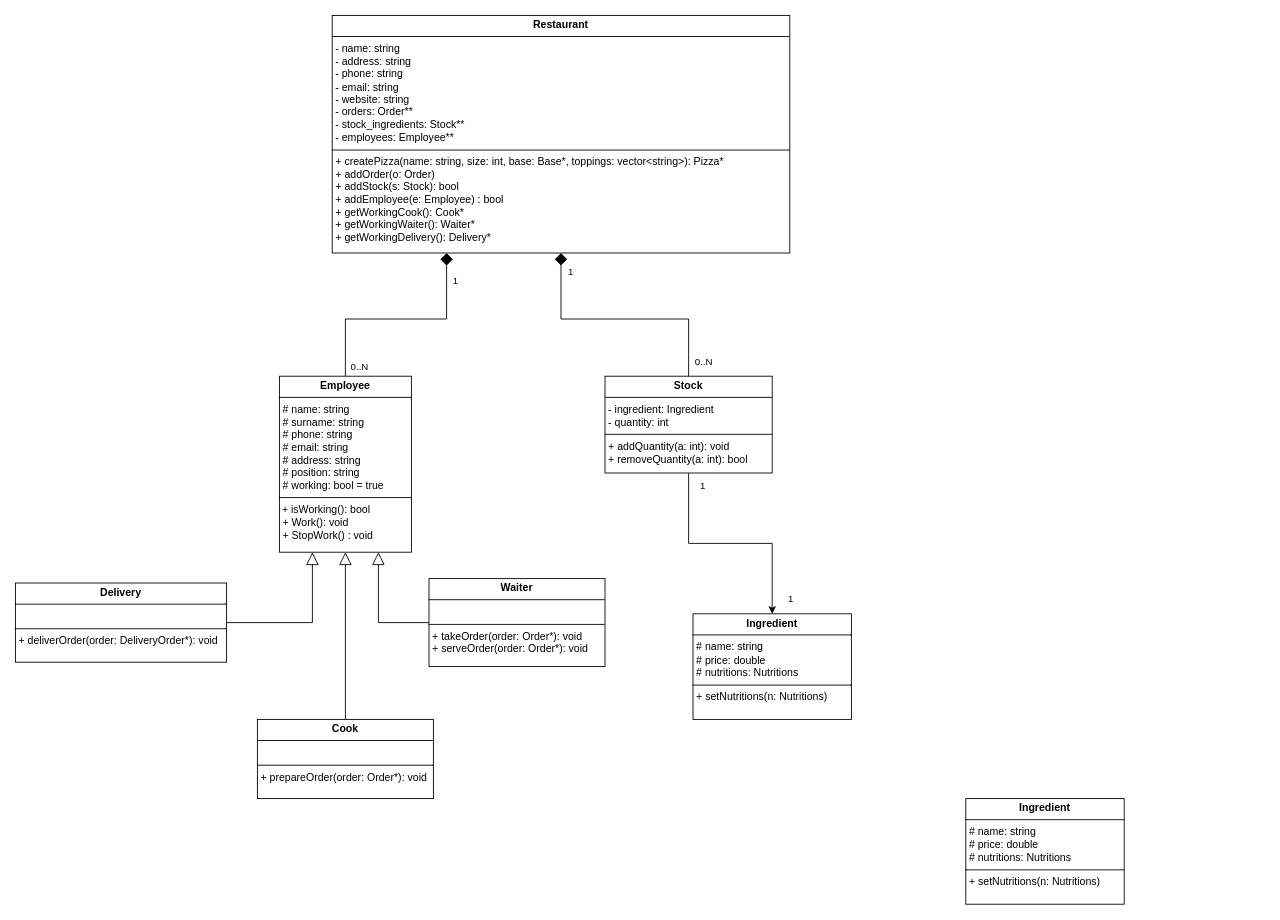
Earlier version of the draw.io diagram OOP.drawio (LPbigFish/OOP-Project-Pizzeria). Source tidied: cells renumbered, new cells numbered last; positions are measured from the earlier drawing's top-left corner, leaving out a move shared by most shapes. Both pictures are drawn from the tidied source at 88%, with x=0, y=0 at pixel (15, 15).
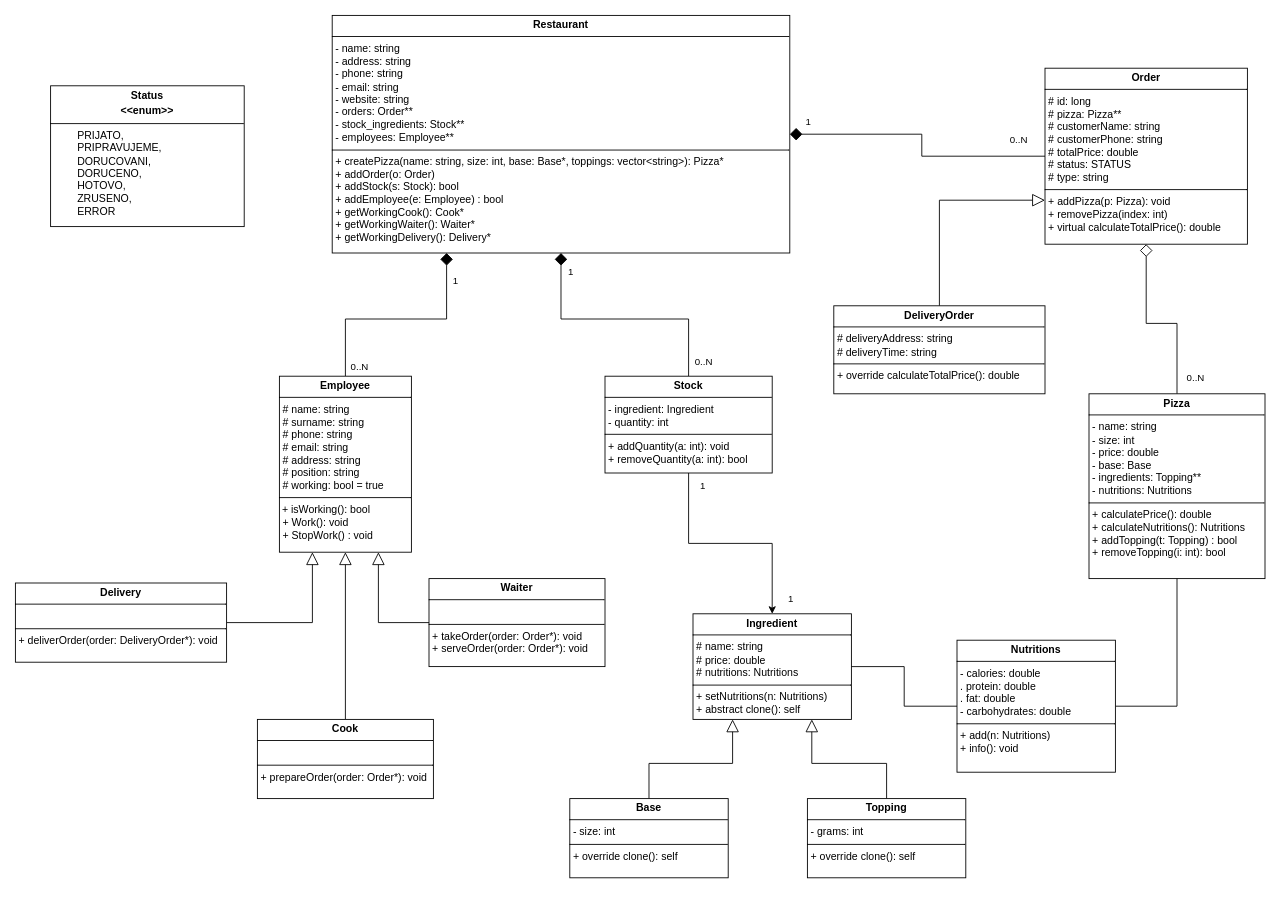
Above is the later version.

The change refers to these unchanged cells:
```xml
<mxCell id="2" value="&lt;p style=&quot;margin:0px;margin-top:4px;text-align:center;&quot;&gt;&lt;b&gt;Restaurant&lt;/b&gt;&lt;/p&gt;&lt;hr size=&quot;1&quot; style=&quot;border-style:solid;&quot;&gt;&lt;p style=&quot;margin:0px;margin-left:4px;&quot;&gt;- name: string&lt;/p&gt;&lt;p style=&quot;margin:0px;margin-left:4px;&quot;&gt;- address: string&lt;/p&gt;&lt;p style=&quot;margin:0px;margin-left:4px;&quot;&gt;- phone: string&lt;/p&gt;&lt;p style=&quot;margin:0px;margin-left:4px;&quot;&gt;- email: string&lt;/p&gt;&lt;p style=&quot;margin:0px;margin-left:4px;&quot;&gt;- website: string&lt;/p&gt;&lt;p style=&quot;margin:0px;margin-left:4px;&quot;&gt;- orders: Order**&lt;/p&gt;&lt;p style=&quot;margin:0px;margin-left:4px;&quot;&gt;- stock_ingredients: Stock**&lt;/p&gt;&lt;p style=&quot;margin:0px;margin-left:4px;&quot;&gt;- employees: Employee**&lt;/p&gt;&lt;hr size=&quot;1&quot; style=&quot;border-style:solid;&quot;&gt;&lt;p style=&quot;margin:0px;margin-left:4px;&quot;&gt;+ createPizza(name: string, size: int, base: Base*, toppings: vector&amp;lt;string&amp;gt;): Pizza*&lt;/p&gt;&lt;p style=&quot;margin:0px;margin-left:4px;&quot;&gt;+ addOrder(o: Order)&lt;/p&gt;&lt;p style=&quot;margin:0px;margin-left:4px;&quot;&gt;+ addStock(s: Stock): bool&lt;/p&gt;&lt;p style=&quot;margin:0px;margin-left:4px;&quot;&gt;+ addEmployee(e: Employee) : bool&lt;/p&gt;&lt;p style=&quot;margin:0px;margin-left:4px;&quot;&gt;+ getWorkingCook(): Cook*&lt;/p&gt;&lt;p style=&quot;margin:0px;margin-left:4px;&quot;&gt;+ getWorkingWaiter(): Waiter*&lt;/p&gt;&lt;p style=&quot;margin:0px;margin-left:4px;&quot;&gt;+ getWorkingDelivery(): Delivery*&lt;/p&gt;" style="verticalAlign=top;align=left;overflow=fill;html=1;whiteSpace=wrap;" parent="1" vertex="1">
  <mxGeometry x="360" width="520" height="270" as="geometry" />
</mxCell>
```

Change to the diagram source:
```diff
@@
-    <mxCell id="20" value="&lt;p style=&quot;margin:0px;margin-top:4px;text-align:center;&quot;&gt;&lt;b&gt;Ingredient&lt;/b&gt;&lt;/p&gt;&lt;hr size=&quot;1&quot; style=&quot;border-style:solid;&quot;&gt;&lt;p style=&quot;margin:0px;margin-left:4px;&quot;&gt;# name: string&lt;/p&gt;&lt;p style=&quot;margin:0px;margin-left:4px;&quot;&gt;# price: double&lt;/p&gt;&lt;p style=&quot;margin:0px;margin-left:4px;&quot;&gt;# nutritions: Nutritions&lt;/p&gt;&lt;hr size=&quot;1&quot; style=&quot;border-style:solid;&quot;&gt;&lt;p style=&quot;margin:0px;margin-left:4px;&quot;&gt;+ setNutritions(n: Nutritions)&lt;/p&gt;" style="verticalAlign=top;align=left;overflow=fill;html=1;whiteSpace=wrap;" parent="1" vertex="1">
+    <mxCell id="20" value="&lt;p style=&quot;margin:0px;margin-top:4px;text-align:center;&quot;&gt;&lt;b&gt;Ingredient&lt;/b&gt;&lt;/p&gt;&lt;hr size=&quot;1&quot; style=&quot;border-style:solid;&quot;&gt;&lt;p style=&quot;margin:0px;margin-left:4px;&quot;&gt;# name: string&lt;/p&gt;&lt;p style=&quot;margin:0px;margin-left:4px;&quot;&gt;# price: double&lt;/p&gt;&lt;p style=&quot;margin:0px;margin-left:4px;&quot;&gt;# nutritions: Nutritions&lt;/p&gt;&lt;hr size=&quot;1&quot; style=&quot;border-style:solid;&quot;&gt;&lt;p style=&quot;margin:0px;margin-left:4px;&quot;&gt;+ setNutritions(n: Nutritions)&lt;/p&gt;&lt;p style=&quot;margin:0px;margin-left:4px;&quot;&gt;+ abstract clone(): self&lt;/p&gt;" style="verticalAlign=top;align=left;overflow=fill;html=1;whiteSpace=wrap;" parent="1" vertex="1">
       <mxGeometry x="770" y="680" width="180" height="120" as="geometry" />
     </mxCell>
+    <mxCell id="22" style="edgeStyle=orthogonalEdgeStyle;rounded=0;jettySize=auto;html=1;entryX=0.75;entryY=1;entryDx=0;entryDy=0;endArrow=block;endFill=0;endSize=12;" parent="1" edge="1" source="21" target="20">
+      <mxGeometry relative="1" as="geometry" />
+    </mxCell>
-    <mxCell id="21" value="&lt;p style=&quot;margin:0px;margin-top:4px;text-align:center;&quot;&gt;&lt;b&gt;Ingredient&lt;/b&gt;&lt;/p&gt;&lt;hr size=&quot;1&quot; style=&quot;border-style:solid;&quot;&gt;&lt;p style=&quot;margin:0px;margin-left:4px;&quot;&gt;# name: string&lt;/p&gt;&lt;p style=&quot;margin:0px;margin-left:4px;&quot;&gt;# price: double&lt;/p&gt;&lt;p style=&quot;margin:0px;margin-left:4px;&quot;&gt;# nutritions: Nutritions&lt;/p&gt;&lt;hr size=&quot;1&quot; style=&quot;border-style:solid;&quot;&gt;&lt;p style=&quot;margin:0px;margin-left:4px;&quot;&gt;+ setNutritions(n: Nutritions)&lt;/p&gt;" style="verticalAlign=top;align=left;overflow=fill;html=1;whiteSpace=wrap;" parent="1" vertex="1">
-      <mxGeometry x="1080" y="890" width="180" height="120" as="geometry" />
+    <mxCell id="21" value="&lt;p style=&quot;margin:0px;margin-top:4px;text-align:center;&quot;&gt;&lt;b&gt;Topping&lt;/b&gt;&lt;/p&gt;&lt;hr size=&quot;1&quot; style=&quot;border-style:solid;&quot;&gt;&lt;p style=&quot;margin:0px;margin-left:4px;&quot;&gt;- grams: int&lt;/p&gt;&lt;hr size=&quot;1&quot; style=&quot;border-style:solid;&quot;&gt;&lt;p style=&quot;margin:0px;margin-left:4px;&quot;&gt;+ override clone(): self&lt;/p&gt;" style="verticalAlign=top;align=left;overflow=fill;html=1;whiteSpace=wrap;" parent="1" vertex="1">
+      <mxGeometry x="900" y="890" width="180" height="90" as="geometry" />
     </mxCell>
+    <mxCell id="23" style="edgeStyle=orthogonalEdgeStyle;rounded=0;jettySize=auto;html=1;entryX=0.25;entryY=1;entryDx=0;entryDy=0;endArrow=block;endFill=0;endSize=12;" parent="1" edge="1" source="24" target="20">
+      <mxGeometry relative="1" as="geometry" />
+    </mxCell>
+    <mxCell id="24" value="&lt;p style=&quot;margin:0px;margin-top:4px;text-align:center;&quot;&gt;&lt;b&gt;Base&lt;/b&gt;&lt;/p&gt;&lt;hr size=&quot;1&quot; style=&quot;border-style:solid;&quot;&gt;&lt;p style=&quot;margin:0px;margin-left:4px;&quot;&gt;- size: int&lt;/p&gt;&lt;hr size=&quot;1&quot; style=&quot;border-style:solid;&quot;&gt;&lt;p style=&quot;margin:0px;margin-left:4px;&quot;&gt;+ override clone(): self&lt;/p&gt;" style="verticalAlign=top;align=left;overflow=fill;html=1;whiteSpace=wrap;" parent="1" vertex="1">
+      <mxGeometry x="630" y="890" width="180" height="90" as="geometry" />
+    </mxCell>
+    <mxCell id="25" style="edgeStyle=orthogonalEdgeStyle;rounded=0;jettySize=auto;html=1;entryX=0.5;entryY=1;entryDx=0;entryDy=0;endArrow=diamond;endFill=0;endSize=12;" parent="1" edge="1" source="27" target="34">
+      <mxGeometry relative="1" as="geometry" />
+    </mxCell>
+    <mxCell id="26" value="0..N" style="edgeLabel;html=1;align=center;verticalAlign=middle;" parent="25" vertex="1">
+      <mxGeometry x="-0.82" y="-1" relative="1" as="geometry">
+        <mxPoint x="19" y="-1" as="offset" />
+      </mxGeometry>
+    </mxCell>
+    <mxCell id="27" value="&lt;p style=&quot;margin:0px;margin-top:4px;text-align:center;&quot;&gt;&lt;b&gt;Pizza&lt;/b&gt;&lt;/p&gt;&lt;hr size=&quot;1&quot; style=&quot;border-style:solid;&quot;&gt;&lt;p style=&quot;margin:0px;margin-left:4px;&quot;&gt;- name: string&lt;/p&gt;&lt;p style=&quot;margin:0px;margin-left:4px;&quot;&gt;- size: int&lt;/p&gt;&lt;p style=&quot;margin:0px;margin-left:4px;&quot;&gt;- price: double&lt;/p&gt;&lt;p style=&quot;margin:0px;margin-left:4px;&quot;&gt;- base: Base&lt;/p&gt;&lt;p style=&quot;margin:0px;margin-left:4px;&quot;&gt;- ingredients: Topping**&lt;/p&gt;&lt;p style=&quot;margin:0px;margin-left:4px;&quot;&gt;- nutritions: Nutritions&lt;/p&gt;&lt;hr size=&quot;1&quot; style=&quot;border-style:solid;&quot;&gt;&lt;p style=&quot;margin:0px;margin-left:4px;&quot;&gt;+ calculatePrice(): double&lt;/p&gt;&lt;p style=&quot;margin:0px;margin-left:4px;&quot;&gt;+ calculateNutritions(): Nutritions&lt;/p&gt;&lt;p style=&quot;margin:0px;margin-left:4px;&quot;&gt;+ addTopping(t: Topping) : bool&lt;/p&gt;&lt;p style=&quot;margin:0px;margin-left:4px;&quot;&gt;+ removeTopping(i: int): bool&lt;/p&gt;" style="verticalAlign=top;align=left;overflow=fill;html=1;whiteSpace=wrap;" parent="1" vertex="1">
+      <mxGeometry x="1220" y="430" width="200" height="210" as="geometry" />
+    </mxCell>
+    <mxCell id="28" style="edgeStyle=orthogonalEdgeStyle;rounded=0;jettySize=auto;html=1;entryX=0.5;entryY=1;entryDx=0;entryDy=0;exitX=1;exitY=0.5;exitDx=0;exitDy=0;endArrow=none;startFill=0;" parent="1" edge="1" source="30" target="27">
+      <mxGeometry relative="1" as="geometry" />
+    </mxCell>
+    <mxCell id="29" style="edgeStyle=orthogonalEdgeStyle;rounded=0;jettySize=auto;html=1;entryX=1;entryY=0.5;entryDx=0;entryDy=0;endArrow=none;startFill=0;" parent="1" edge="1" source="30" target="20">
+      <mxGeometry relative="1" as="geometry" />
+    </mxCell>
+    <mxCell id="30" value="&lt;p style=&quot;margin:0px;margin-top:4px;text-align:center;&quot;&gt;&lt;b&gt;Nutritions&lt;/b&gt;&lt;/p&gt;&lt;hr size=&quot;1&quot; style=&quot;border-style:solid;&quot;&gt;&lt;p style=&quot;margin:0px;margin-left:4px;&quot;&gt;- calories: double&lt;/p&gt;&lt;p style=&quot;margin:0px;margin-left:4px;&quot;&gt;. protein: double&lt;/p&gt;&lt;p style=&quot;margin:0px;margin-left:4px;&quot;&gt;. fat: double&lt;/p&gt;&lt;p style=&quot;margin:0px;margin-left:4px;&quot;&gt;- carbohydrates: double&lt;/p&gt;&lt;hr size=&quot;1&quot; style=&quot;border-style:solid;&quot;&gt;&lt;p style=&quot;margin:0px;margin-left:4px;&quot;&gt;+ add(n: Nutritions)&lt;/p&gt;&lt;p style=&quot;margin:0px;margin-left:4px;&quot;&gt;+ info(): void&lt;/p&gt;" style="verticalAlign=top;align=left;overflow=fill;html=1;whiteSpace=wrap;" parent="1" vertex="1">
+      <mxGeometry x="1070" y="710" width="180" height="150" as="geometry" />
+    </mxCell>
+    <mxCell id="31" style="edgeStyle=orthogonalEdgeStyle;rounded=0;jettySize=auto;html=1;entryX=1;entryY=0.5;entryDx=0;entryDy=0;endArrow=diamond;endFill=1;endSize=12;" parent="1" edge="1" source="34" target="2">
+      <mxGeometry relative="1" as="geometry" />
+    </mxCell>
+    <mxCell id="32" value="1" style="edgeLabel;html=1;align=center;verticalAlign=middle;" parent="31" vertex="1">
+      <mxGeometry x="0.86" y="-4" relative="1" as="geometry">
+        <mxPoint x="-2" y="-11" as="offset" />
+      </mxGeometry>
+    </mxCell>
+    <mxCell id="33" value="0..N" style="edgeLabel;html=1;align=center;verticalAlign=middle;" parent="31" vertex="1">
+      <mxGeometry x="-0.81" y="-4" relative="1" as="geometry">
+        <mxPoint x="-1" y="-16" as="offset" />
+      </mxGeometry>
+    </mxCell>
+    <mxCell id="34" value="&lt;p style=&quot;margin:0px;margin-top:4px;text-align:center;&quot;&gt;&lt;b&gt;Order&lt;/b&gt;&lt;/p&gt;&lt;hr size=&quot;1&quot; style=&quot;border-style:solid;&quot;&gt;&lt;p style=&quot;margin:0px;margin-left:4px;&quot;&gt;# id: long&lt;/p&gt;&lt;p style=&quot;margin:0px;margin-left:4px;&quot;&gt;# pizza: Pizza**&lt;/p&gt;&lt;p style=&quot;margin:0px;margin-left:4px;&quot;&gt;# customerName: string&lt;/p&gt;&lt;p style=&quot;margin:0px;margin-left:4px;&quot;&gt;# customerPhone: string&lt;/p&gt;&lt;p style=&quot;margin:0px;margin-left:4px;&quot;&gt;# totalPrice: double&lt;/p&gt;&lt;p style=&quot;margin:0px;margin-left:4px;&quot;&gt;# status: STATUS&lt;/p&gt;&lt;p style=&quot;margin:0px;margin-left:4px;&quot;&gt;# type: string&lt;/p&gt;&lt;hr size=&quot;1&quot; style=&quot;border-style:solid;&quot;&gt;&lt;p style=&quot;margin:0px;margin-left:4px;&quot;&gt;+ addPizza(p: Pizza): void&lt;/p&gt;&lt;p style=&quot;margin:0px;margin-left:4px;&quot;&gt;+ removePizza(index: int)&lt;/p&gt;&lt;p style=&quot;margin:0px;margin-left:4px;&quot;&gt;+ virtual calculateTotalPrice(): double&lt;/p&gt;" style="verticalAlign=top;align=left;overflow=fill;html=1;whiteSpace=wrap;" parent="1" vertex="1">
+      <mxGeometry x="1170" y="60" width="230" height="200" as="geometry" />
+    </mxCell>
+    <mxCell id="35" style="edgeStyle=orthogonalEdgeStyle;rounded=0;jettySize=auto;html=1;entryX=0;entryY=0.75;entryDx=0;entryDy=0;endArrow=block;endFill=0;endSize=12;" parent="1" edge="1" source="36" target="34">
+      <mxGeometry relative="1" as="geometry" />
+    </mxCell>
+    <mxCell id="36" value="&lt;p style=&quot;margin:0px;margin-top:4px;text-align:center;&quot;&gt;&lt;b&gt;DeliveryOrder&lt;/b&gt;&lt;/p&gt;&lt;hr size=&quot;1&quot; style=&quot;border-style:solid;&quot;&gt;&lt;p style=&quot;margin:0px;margin-left:4px;&quot;&gt;# deliveryAddress: string&lt;br&gt;&lt;/p&gt;&lt;p style=&quot;margin:0px;margin-left:4px;&quot;&gt;# deliveryTime: string&lt;/p&gt;&lt;hr size=&quot;1&quot; style=&quot;border-style:solid;&quot;&gt;&lt;p style=&quot;margin:0px;margin-left:4px;&quot;&gt;&lt;span style=&quot;background-color: transparent; color: light-dark(rgb(0, 0, 0), rgb(255, 255, 255));&quot;&gt;+ override calculateTotalPrice(): double&lt;/span&gt;&lt;/p&gt;" style="verticalAlign=top;align=left;overflow=fill;html=1;whiteSpace=wrap;" parent="1" vertex="1">
+      <mxGeometry x="930" y="330" width="240" height="100" as="geometry" />
+    </mxCell>
+    <mxCell id="37" value="&lt;p style=&quot;margin:0px;margin-top:4px;text-align:center;&quot;&gt;&lt;b&gt;Status&lt;/b&gt;&lt;/p&gt;&lt;p style=&quot;margin:0px;margin-top:4px;text-align:center;&quot;&gt;&lt;b&gt;&amp;lt;&amp;lt;enum&amp;gt;&amp;gt;&lt;/b&gt;&lt;/p&gt;&lt;hr size=&quot;1&quot; style=&quot;border-style:solid;&quot;&gt;&lt;p style=&quot;margin:0px;margin-left:4px;&quot;&gt;&lt;span style=&quot;white-space: normal;&quot;&gt;&lt;span style=&quot;white-space:pre&quot;&gt;&#9;&lt;/span&gt;PRIJATO,&lt;/span&gt;&lt;/p&gt;&lt;p style=&quot;margin:0px;margin-left:4px;&quot;&gt;&lt;span style=&quot;white-space: normal;&quot;&gt;&lt;span style=&quot;white-space:pre&quot;&gt;&#9;&lt;/span&gt;PRIPRAVUJEME,&lt;/span&gt;&lt;/p&gt;&lt;p style=&quot;margin:0px;margin-left:4px;&quot;&gt;&lt;span style=&quot;white-space: normal;&quot;&gt;&lt;span style=&quot;white-space:pre&quot;&gt;&#9;&lt;/span&gt;DORUCOVANI,&lt;/span&gt;&lt;/p&gt;&lt;p style=&quot;margin:0px;margin-left:4px;&quot;&gt;&lt;span style=&quot;white-space: normal;&quot;&gt;&lt;span style=&quot;white-space:pre&quot;&gt;&#9;&lt;/span&gt;DORUCENO,&lt;/span&gt;&lt;/p&gt;&lt;p style=&quot;margin:0px;margin-left:4px;&quot;&gt;&lt;span style=&quot;white-space: normal;&quot;&gt;&lt;span style=&quot;white-space:pre&quot;&gt;&#9;&lt;/span&gt;HOTOVO,&lt;/span&gt;&lt;/p&gt;&lt;p style=&quot;margin:0px;margin-left:4px;&quot;&gt;&lt;span style=&quot;white-space: normal;&quot;&gt;&lt;span style=&quot;white-space:pre&quot;&gt;&#9;&lt;/span&gt;ZRUSENO,&lt;/span&gt;&lt;/p&gt;&lt;p style=&quot;margin:0px;margin-left:4px;&quot;&gt;&lt;span style=&quot;white-space: normal;&quot;&gt;&lt;span style=&quot;white-space:pre&quot;&gt;&#9;&lt;/span&gt;ERROR&lt;/span&gt;&lt;/p&gt;" style="verticalAlign=top;align=left;overflow=fill;html=1;whiteSpace=wrap;" parent="1" vertex="1">
+      <mxGeometry x="40" y="80" width="220" height="160" as="geometry" />
+    </mxCell>
```
